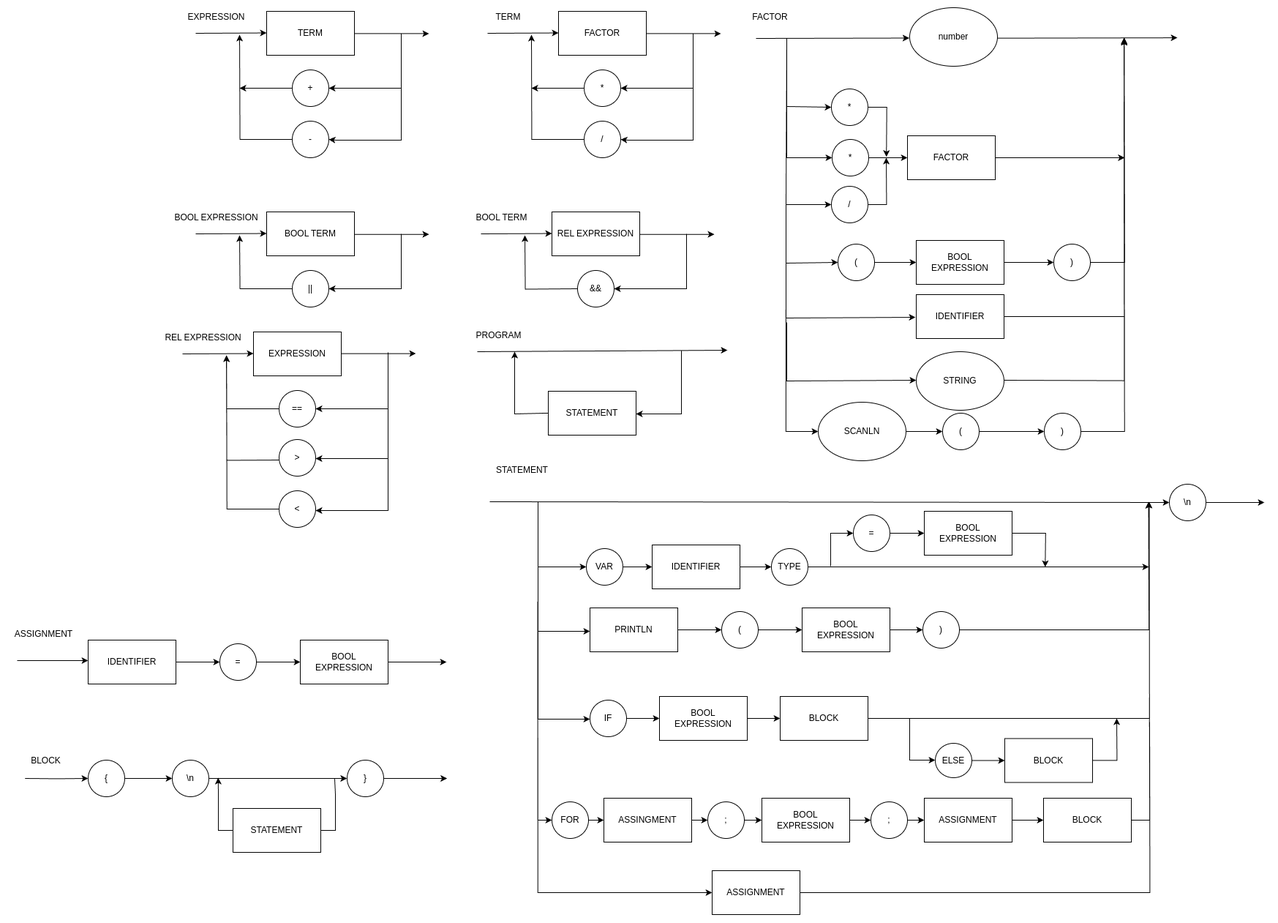
Before: imgs/DSv2-3.png, a diagram exported from draw.io (pedroaltobelli23/Compilador). Source tidied: cells renumbered, new cells last; positions are measured from the earlier drawing's top-left corner, leaving out a move shared by most shapes.
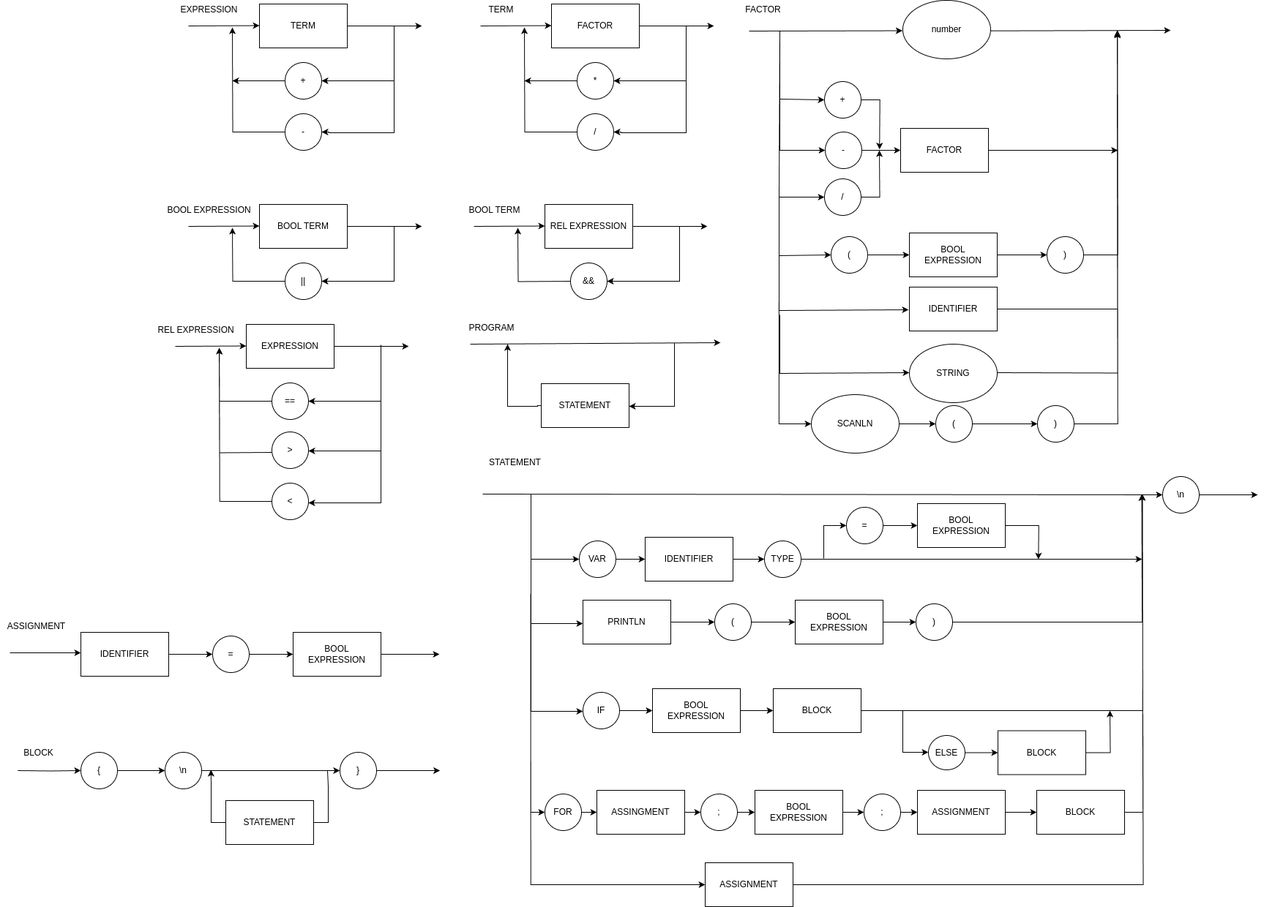
Above is the later version.

What changed in the source:
```diff
@@ -124,7 +124,7 @@
     <mxCell id="25" style="edgeStyle=orthogonalEdgeStyle;rounded=0;jettySize=auto;html=1;" parent="1" edge="1" source="26" target="31">
       <mxGeometry relative="1" as="geometry" />
     </mxCell>
-    <mxCell id="26" value="*" style="ellipse;whiteSpace=wrap;html=1;" parent="1" vertex="1">
+    <mxCell id="26" value="-" style="ellipse;whiteSpace=wrap;html=1;" parent="1" vertex="1">
       <mxGeometry x="1127" y="180" width="50" height="50" as="geometry" />
     </mxCell>
     <mxCell id="27" style="edgeStyle=orthogonalEdgeStyle;rounded=0;jettySize=auto;html=1;" parent="1" edge="1" source="28">
@@ -421,7 +421,7 @@
         <mxPoint x="1201.2" y="203.7" as="targetPoint" />
       </mxGeometry>
     </mxCell>
-    <mxCell id="88" value="*" style="ellipse;whiteSpace=wrap;html=1;" parent="1" vertex="1">
+    <mxCell id="88" value="+" style="ellipse;whiteSpace=wrap;html=1;" parent="1" vertex="1">
       <mxGeometry x="1126" y="111" width="50" height="50" as="geometry" />
     </mxCell>
     <mxCell id="89" style="endArrow=classic;html=1;rounded=0;entryX=0;entryY=0.5;entryDx=0;entryDy=0;" parent="1" edge="1" target="39">
```
